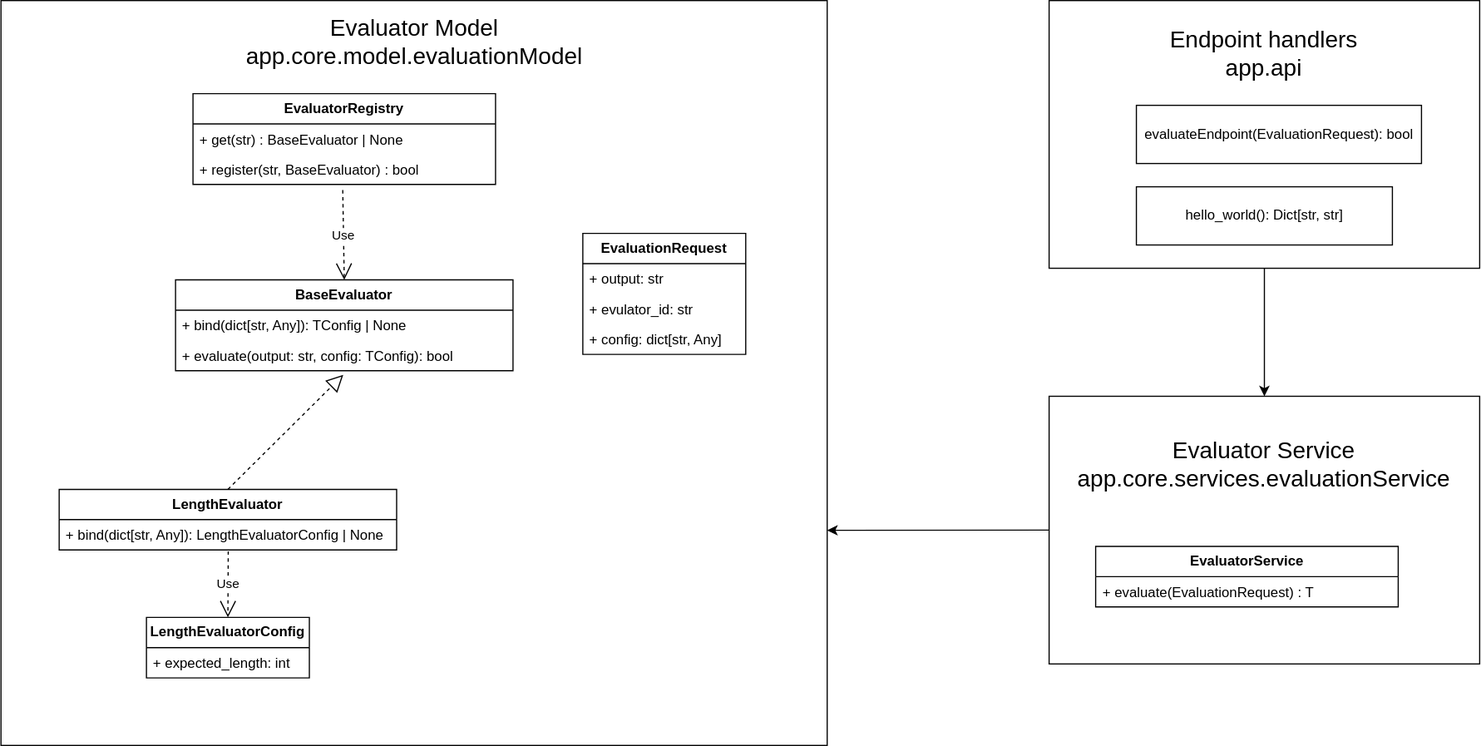
Above: docs/diagrams/component.svg in ITU-AKA-syv-ai/Workflow-evaluation (draw.io), before the change. Source tidied: cells renumbered, new cells last; positions are measured from the earlier drawing's top-left corner, leaving out a move shared by most shapes.
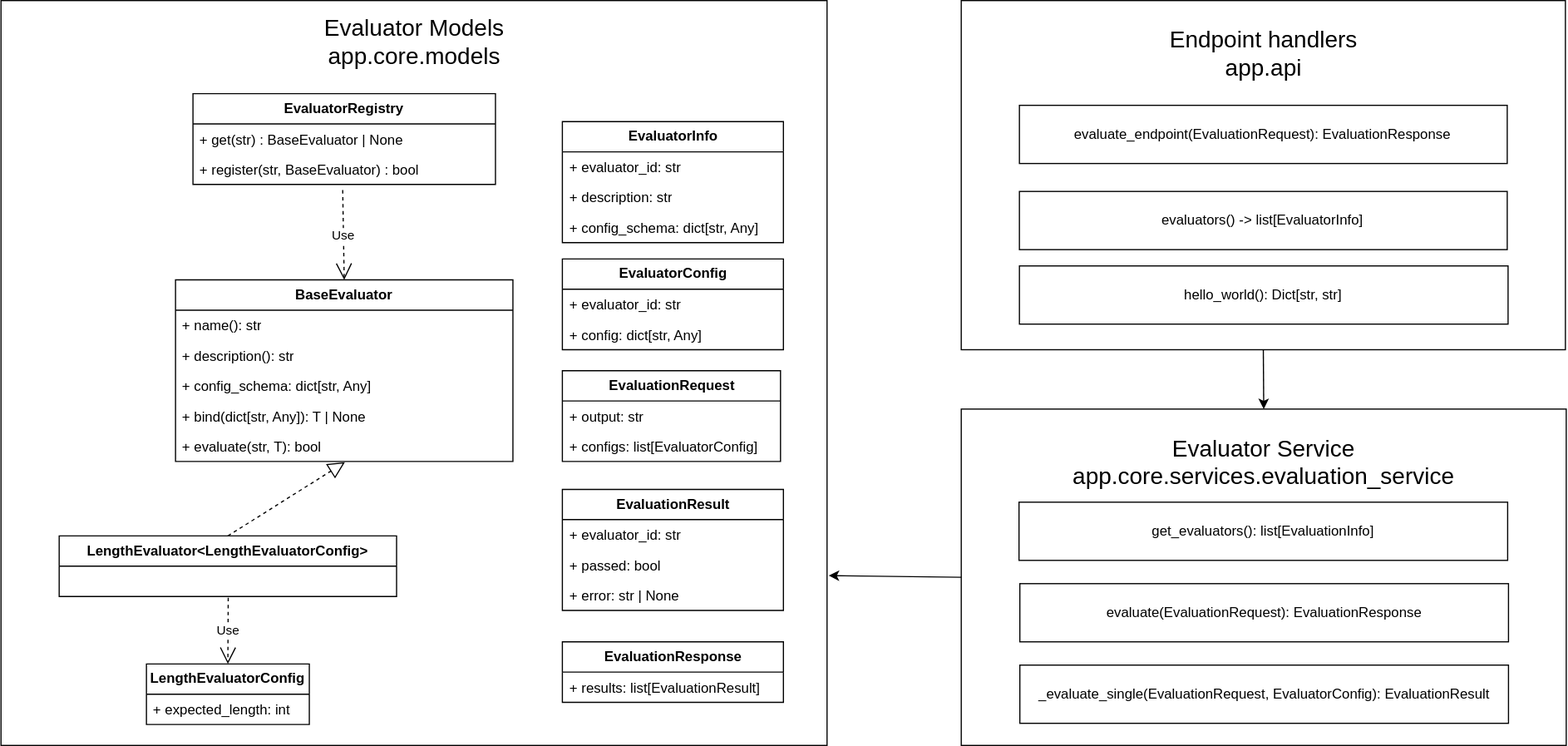
The same file after the commit.

Commit message:
Diagram to reflect new code changes

What changed in the source:
```diff
@@ -6,23 +6,29 @@
       <mxGeometry width="710" height="640" as="geometry" />
     </mxCell>
     <mxCell id="3" value="&lt;b&gt;BaseEvaluator&lt;/b&gt;" style="swimlane;fontStyle=0;horizontal=1;startSize=26;fillColor=none;whiteSpace=wrap;html=1;" parent="1" vertex="1">
-      <mxGeometry x="150" y="240" width="290" height="78" as="geometry" />
+      <mxGeometry x="150" y="240" width="290" height="156" as="geometry" />
     </mxCell>
-    <mxCell id="4" value="+ bind(dict[str, Any]): TConfig | None&lt;div&gt;&lt;br&gt;&lt;/div&gt;" style="text;strokeColor=none;fillColor=none;align=left;verticalAlign=top;spacingLeft=4;spacingRight=4;overflow=hidden;whiteSpace=wrap;html=1;" parent="3" vertex="1">
-      <mxGeometry y="26" width="290" height="26" as="geometry" />
-    </mxCell>
-    <mxCell id="5" value="+ evaluate(output: str, config: TConfig): bool" style="text;strokeColor=none;fillColor=none;align=left;verticalAlign=top;spacingLeft=4;spacingRight=4;overflow=hidden;points=[[0,0.5],[1,0.5]];portConstraint=eastwest;whiteSpace=wrap;html=1;" parent="3" vertex="1">
-      <mxGeometry y="52" width="290" height="26" as="geometry" />
-    </mxCell>
-    <mxCell id="6" value="&lt;b&gt;LengthEvaluator&lt;/b&gt;" style="swimlane;fontStyle=0;horizontal=1;startSize=26;fillColor=none;whiteSpace=wrap;html=1;" parent="1" vertex="1">
-      <mxGeometry x="50" y="420" width="290" height="52" as="geometry" />
-    </mxCell>
-    <mxCell id="7" value="&lt;div&gt;+ bind(dict[str, Any]): LengthEvaluatorConfig | None&lt;/div&gt;" style="text;strokeColor=none;fillColor=none;align=left;verticalAlign=top;spacingLeft=4;spacingRight=4;overflow=hidden;points=[[0,0.5],[1,0.5]];portConstraint=eastwest;whiteSpace=wrap;html=1;" parent="6" vertex="1">
-      <mxGeometry y="26" width="290" height="26" as="geometry" />
-    </mxCell>
-    <mxCell id="8" style="endArrow=block;dashed=1;endFill=0;endSize=12;html=1;rounded=0;entryX=0.497;entryY=1.138;entryDx=0;entryDy=0;entryPerimeter=0;exitX=0.5;exitY=0;exitDx=0;exitDy=0;" parent="1" edge="1" source="6" target="5">
-      <mxGeometry relative="1" as="geometry" />
-    </mxCell>
+    <mxCell id="31" value="&lt;div&gt;+ name(): str&lt;/div&gt;" style="text;strokeColor=none;fillColor=none;align=left;verticalAlign=top;spacingLeft=4;spacingRight=4;overflow=hidden;whiteSpace=wrap;html=1;" parent="3" vertex="1">
+      <mxGeometry y="26" width="290" height="26" as="geometry" />
+    </mxCell>
+    <mxCell id="32" value="+ description(): str" style="text;strokeColor=none;fillColor=none;align=left;verticalAlign=top;spacingLeft=4;spacingRight=4;overflow=hidden;whiteSpace=wrap;html=1;" parent="3" vertex="1">
+      <mxGeometry y="52" width="290" height="26" as="geometry" />
+    </mxCell>
+    <mxCell id="33" value="+ config_schema: dict[str, Any]" style="text;strokeColor=none;fillColor=none;align=left;verticalAlign=top;spacingLeft=4;spacingRight=4;overflow=hidden;whiteSpace=wrap;html=1;" parent="3" vertex="1">
+      <mxGeometry y="78" width="290" height="26" as="geometry" />
+    </mxCell>
+    <mxCell id="34" value="+ bind(dict[str, Any]): T | None" style="text;strokeColor=none;fillColor=none;align=left;verticalAlign=top;spacingLeft=4;spacingRight=4;overflow=hidden;whiteSpace=wrap;html=1;" parent="3" vertex="1">
+      <mxGeometry y="104" width="290" height="26" as="geometry" />
+    </mxCell>
+    <mxCell id="35" value="+ evaluate(str, T): bool" style="text;strokeColor=none;fillColor=none;align=left;verticalAlign=top;spacingLeft=4;spacingRight=4;overflow=hidden;points=[[0,0.5],[1,0.5]];portConstraint=eastwest;whiteSpace=wrap;html=1;" parent="3" vertex="1">
+      <mxGeometry y="130" width="290" height="26" as="geometry" />
+    </mxCell>
+    <mxCell id="36" value="&lt;b&gt;LengthEvaluator&amp;lt;LengthEvaluatorConfig&amp;gt;&lt;/b&gt;" style="swimlane;fontStyle=0;horizontal=1;startSize=26;fillColor=none;whiteSpace=wrap;html=1;" parent="1" vertex="1">
+      <mxGeometry x="50" y="460" width="290" height="52" as="geometry" />
+    </mxCell>
+    <mxCell id="37" style="endArrow=block;dashed=1;endFill=0;endSize=12;html=1;rounded=0;exitX=0.5;exitY=0;exitDx=0;exitDy=0;entryX=0.502;entryY=1.026;entryDx=0;entryDy=0;entryPerimeter=0;" parent="1" edge="1" source="36" target="35">
+      <mxGeometry relative="1" as="geometry" />
+    </mxCell>
     <mxCell id="9" value="&lt;b&gt;EvaluatorRegistry&lt;/b&gt;" style="swimlane;fontStyle=0;horizontal=1;startSize=26;fillColor=none;whiteSpace=wrap;html=1;" parent="1" vertex="1">
       <mxGeometry x="165" y="80" width="260" height="78" as="geometry" />
     </mxCell>
@@ -36,60 +42,102 @@
       <mxGeometry relative="1" as="geometry" />
     </mxCell>
     <mxCell id="13" value="&lt;b&gt;EvaluationRequest&lt;/b&gt;" style="swimlane;fontStyle=0;horizontal=1;startSize=26;fillColor=none;whiteSpace=wrap;html=1;" parent="1" vertex="1">
-      <mxGeometry x="500" y="200" width="140" height="104" as="geometry" />
+      <mxGeometry x="482.5" y="318" width="187.5" height="78" as="geometry" />
     </mxCell>
     <mxCell id="14" value="+ output: str" style="text;strokeColor=none;fillColor=none;align=left;verticalAlign=top;spacingLeft=4;spacingRight=4;overflow=hidden;whiteSpace=wrap;html=1;" parent="13" vertex="1">
-      <mxGeometry y="26" width="140" height="26" as="geometry" />
+      <mxGeometry y="26" width="187.5" height="26" as="geometry" />
     </mxCell>
-    <mxCell id="15" value="+ evulator_id: str" style="text;strokeColor=none;fillColor=none;align=left;verticalAlign=top;spacingLeft=4;spacingRight=4;overflow=hidden;whiteSpace=wrap;html=1;" parent="13" vertex="1">
-      <mxGeometry y="52" width="140" height="26" as="geometry" />
-    </mxCell>
-    <mxCell id="16" value="+ config: dict[str, Any]" style="text;strokeColor=none;fillColor=none;align=left;verticalAlign=top;spacingLeft=4;spacingRight=4;overflow=hidden;whiteSpace=wrap;html=1;" parent="13" vertex="1">
-      <mxGeometry y="78" width="140" height="26" as="geometry" />
-    </mxCell>
-    <mxCell id="17" value="&lt;font style=&quot;font-size: 20px;&quot;&gt;Evaluator Model app.core.model.evaluationModel&lt;/font&gt;" style="text;html=1;whiteSpace=wrap;strokeColor=none;fillColor=none;align=center;verticalAlign=middle;rounded=0;" parent="1" vertex="1">
-      <mxGeometry x="227.5" y="20" width="255" height="30" as="geometry" />
-    </mxCell>
-    <mxCell id="18" style="rounded=0;whiteSpace=wrap;html=1;fillColor=none;" parent="1" vertex="1">
-      <mxGeometry x="900.7" y="340" width="370" height="230" as="geometry" />
-    </mxCell>
-    <mxCell id="19" value="&lt;b&gt;EvaluatorService&lt;/b&gt;" style="swimlane;fontStyle=0;horizontal=1;startSize=26;fillColor=none;whiteSpace=wrap;html=1;" parent="1" vertex="1">
-      <mxGeometry x="940.7" y="469" width="260" height="52" as="geometry" />
-    </mxCell>
-    <mxCell id="20" value="+ evaluate(EvaluationRequest) : T" style="text;strokeColor=none;fillColor=none;align=left;verticalAlign=top;spacingLeft=4;spacingRight=4;overflow=hidden;whiteSpace=wrap;html=1;" parent="19" vertex="1">
-      <mxGeometry y="26" width="260" height="26" as="geometry" />
-    </mxCell>
-    <mxCell id="21" value="&lt;font style=&quot;font-size: 20px;&quot;&gt;Evaluator Service app.core.services.evaluationService&lt;/font&gt;" style="text;html=1;whiteSpace=wrap;strokeColor=none;fillColor=none;align=center;verticalAlign=middle;rounded=0;" parent="1" vertex="1">
-      <mxGeometry x="958.2" y="383" width="255" height="30" as="geometry" />
-    </mxCell>
-    <mxCell id="22" style="endArrow=classic;html=1;rounded=0;entryX=0.999;entryY=0.394;entryDx=0;entryDy=0;exitX=0;exitY=0.5;exitDx=0;exitDy=0;entryPerimeter=0;" parent="1" edge="1" source="18">
-      <mxGeometry relative="1" as="geometry">
-        <mxPoint x="710" y="455.2" as="targetPoint" />
-      </mxGeometry>
-    </mxCell>
-    <mxCell id="23" style="rounded=0;whiteSpace=wrap;html=1;fillColor=none;" parent="1" vertex="1">
-      <mxGeometry x="900.7" width="370" height="230" as="geometry" />
-    </mxCell>
+    <mxCell id="38" value="+ configs: list[EvaluatorConfig]" style="text;strokeColor=none;fillColor=none;align=left;verticalAlign=top;spacingLeft=4;spacingRight=4;overflow=hidden;whiteSpace=wrap;html=1;" parent="13" vertex="1">
+      <mxGeometry y="52" width="187.5" height="26" as="geometry" />
+    </mxCell>
+    <mxCell id="39" value="&lt;font style=&quot;font-size: 20px;&quot;&gt;Evaluator Models app.core.models&lt;/font&gt;" style="text;html=1;whiteSpace=wrap;strokeColor=none;fillColor=none;align=center;verticalAlign=middle;rounded=0;" parent="1" vertex="1">
+      <mxGeometry x="227.5" y="20" width="255" height="30" as="geometry" />
+    </mxCell>
+    <mxCell id="40" style="rounded=0;whiteSpace=wrap;html=1;fillColor=none;" parent="1" vertex="1">
+      <mxGeometry x="825.4" y="351" width="520" height="289" as="geometry" />
+    </mxCell>
+    <mxCell id="41" value="&lt;font style=&quot;font-size: 20px;&quot;&gt;Evaluator Service app.core.services.evaluation_service&lt;/font&gt;" style="text;html=1;whiteSpace=wrap;strokeColor=none;fillColor=none;align=center;verticalAlign=middle;rounded=0;" parent="1" vertex="1">
+      <mxGeometry x="958.2" y="381" width="255" height="30" as="geometry" />
+    </mxCell>
+    <mxCell id="42" style="endArrow=classic;html=1;rounded=0;entryX=1.002;entryY=0.772;entryDx=0;entryDy=0;exitX=0;exitY=0.5;exitDx=0;exitDy=0;entryPerimeter=0;" parent="1" edge="1" source="40" target="2">
+      <mxGeometry relative="1" as="geometry" />
+    </mxCell>
+    <mxCell id="43" style="rounded=0;whiteSpace=wrap;html=1;fillColor=none;" parent="1" vertex="1">
+      <mxGeometry x="825.3" width="519.3" height="300" as="geometry" />
+    </mxCell>
     <mxCell id="24" value="&lt;span style=&quot;font-size: 20px;&quot;&gt;Endpoint handlers&lt;/span&gt;&lt;div&gt;&lt;span style=&quot;font-size: 20px;&quot;&gt;app.api&lt;/span&gt;&lt;/div&gt;" style="text;html=1;whiteSpace=wrap;strokeColor=none;fillColor=none;align=center;verticalAlign=middle;rounded=0;" parent="1" vertex="1">
-      <mxGeometry x="958.2" y="30" width="255" height="30" as="geometry" />
+      <mxGeometry x="957.5" y="30" width="255" height="30" as="geometry" />
     </mxCell>
-    <mxCell id="25" value="evaluateEndpoint(EvaluationRequest): bool" style="html=1;whiteSpace=wrap;fillColor=none;" parent="1" vertex="1">
-      <mxGeometry x="975.7" y="90" width="245" height="50" as="geometry" />
-    </mxCell>
+    <mxCell id="44" value="evaluate_endpoint(EvaluationRequest): EvaluationResponse" style="html=1;whiteSpace=wrap;fillColor=none;" parent="1" vertex="1">
+      <mxGeometry x="875.3" y="90" width="419.3" height="50" as="geometry" />
+    </mxCell>
     <mxCell id="26" value="hello_world(): Dict[str, str]" style="html=1;whiteSpace=wrap;fillColor=none;" parent="1" vertex="1">
-      <mxGeometry x="975.7" y="160" width="220" height="50" as="geometry" />
+      <mxGeometry x="875.4" y="228" width="420" height="50" as="geometry" />
     </mxCell>
-    <mxCell id="27" style="endArrow=classic;html=1;rounded=0;entryX=0.5;entryY=0;entryDx=0;entryDy=0;exitX=0.5;exitY=1;exitDx=0;exitDy=0;" parent="1" edge="1" source="23" target="18">
-      <mxGeometry relative="1" as="geometry" />
-    </mxCell>
+    <mxCell id="45" style="endArrow=classic;html=1;rounded=0;entryX=0.5;entryY=0;entryDx=0;entryDy=0;exitX=0.5;exitY=1;exitDx=0;exitDy=0;" parent="1" edge="1" source="43" target="40">
+      <mxGeometry relative="1" as="geometry" />
+    </mxCell>
     <mxCell id="28" value="&lt;b&gt;LengthEvaluatorConfig&lt;/b&gt;" style="swimlane;fontStyle=0;horizontal=1;startSize=26;fillColor=none;whiteSpace=wrap;html=1;" parent="1" vertex="1">
-      <mxGeometry x="125" y="530" width="140" height="52" as="geometry" />
+      <mxGeometry x="125" y="570" width="140" height="52" as="geometry" />
     </mxCell>
     <mxCell id="29" value="+ expected_length: int" style="text;strokeColor=none;fillColor=none;align=left;verticalAlign=top;spacingLeft=4;spacingRight=4;overflow=hidden;whiteSpace=wrap;html=1;" parent="28" vertex="1">
       <mxGeometry y="26" width="140" height="26" as="geometry" />
     </mxCell>
-    <mxCell id="30" value="Use" style="endArrow=open;endSize=12;dashed=1;html=1;rounded=0;exitX=0.501;exitY=1.046;exitDx=0;exitDy=0;exitPerimeter=0;entryX=0.5;entryY=0;entryDx=0;entryDy=0;" parent="1" edge="1" source="7" target="28">
-      <mxGeometry relative="1" as="geometry" />
+    <mxCell id="30" value="Use" style="endArrow=open;endSize=12;dashed=1;html=1;rounded=0;exitX=0.501;exitY=1.046;exitDx=0;exitDy=0;exitPerimeter=0;entryX=0.5;entryY=0;entryDx=0;entryDy=0;" parent="1" edge="1" target="28">
+      <mxGeometry relative="1" as="geometry">
+        <mxPoint x="195.3" y="513.2" as="sourcePoint" />
+      </mxGeometry>
     </mxCell>
+    <mxCell id="46" value="evaluators() -&amp;gt; list[EvaluatorInfo]" style="html=1;whiteSpace=wrap;fillColor=none;" parent="1" vertex="1">
+      <mxGeometry x="875.4" y="164" width="419.3" height="50" as="geometry" />
+    </mxCell>
+    <mxCell id="47" value="get_evaluators(): list[EvaluationInfo]" style="html=1;whiteSpace=wrap;fillColor=none;" parent="1" vertex="1">
+      <mxGeometry x="875" y="431" width="420" height="50" as="geometry" />
+    </mxCell>
+    <mxCell id="48" value="evaluate(EvaluationRequest): EvaluationResponse" style="html=1;whiteSpace=wrap;fillColor=none;" parent="1" vertex="1">
+      <mxGeometry x="875.7" y="501" width="420" height="50" as="geometry" />
+    </mxCell>
+    <mxCell id="49" value="_evaluate_single(EvaluationRequest, EvaluatorConfig): EvaluationResult" style="html=1;whiteSpace=wrap;fillColor=none;" parent="1" vertex="1">
+      <mxGeometry x="875.7" y="571" width="420" height="50" as="geometry" />
+    </mxCell>
+    <mxCell id="50" value="&lt;b&gt;EvaluatorInfo&lt;/b&gt;" style="swimlane;fontStyle=0;horizontal=1;startSize=26;fillColor=none;whiteSpace=wrap;html=1;" parent="1" vertex="1">
+      <mxGeometry x="482.5" y="104" width="190" height="104" as="geometry" />
+    </mxCell>
+    <mxCell id="51" value="+ evaluator_id: str" style="text;strokeColor=none;fillColor=none;align=left;verticalAlign=top;spacingLeft=4;spacingRight=4;overflow=hidden;whiteSpace=wrap;html=1;" parent="50" vertex="1">
+      <mxGeometry y="26" width="190" height="26" as="geometry" />
+    </mxCell>
+    <mxCell id="52" value="+ description: str" style="text;strokeColor=none;fillColor=none;align=left;verticalAlign=top;spacingLeft=4;spacingRight=4;overflow=hidden;whiteSpace=wrap;html=1;" parent="50" vertex="1">
+      <mxGeometry y="52" width="190" height="26" as="geometry" />
+    </mxCell>
+    <mxCell id="53" value="+ config_schema: dict[str, Any]" style="text;strokeColor=none;fillColor=none;align=left;verticalAlign=top;spacingLeft=4;spacingRight=4;overflow=hidden;whiteSpace=wrap;html=1;" parent="50" vertex="1">
+      <mxGeometry y="78" width="190" height="26" as="geometry" />
+    </mxCell>
+    <mxCell id="54" value="&lt;b&gt;EvaluatorConfig&lt;/b&gt;" style="swimlane;fontStyle=0;horizontal=1;startSize=26;fillColor=none;whiteSpace=wrap;html=1;" parent="1" vertex="1">
+      <mxGeometry x="482.5" y="222" width="190" height="78" as="geometry" />
+    </mxCell>
+    <mxCell id="55" value="+ evaluator_id: str" style="text;strokeColor=none;fillColor=none;align=left;verticalAlign=top;spacingLeft=4;spacingRight=4;overflow=hidden;whiteSpace=wrap;html=1;" parent="54" vertex="1">
+      <mxGeometry y="26" width="190" height="26" as="geometry" />
+    </mxCell>
+    <mxCell id="16" value="+ config: dict[str, Any]" style="text;strokeColor=none;fillColor=none;align=left;verticalAlign=top;spacingLeft=4;spacingRight=4;overflow=hidden;whiteSpace=wrap;html=1;" parent="54" vertex="1">
+      <mxGeometry y="52" width="190" height="26" as="geometry" />
+    </mxCell>
+    <mxCell id="56" value="&lt;b&gt;EvaluationResult&lt;/b&gt;" style="swimlane;fontStyle=0;horizontal=1;startSize=26;fillColor=none;whiteSpace=wrap;html=1;" parent="1" vertex="1">
+      <mxGeometry x="482.5" y="420" width="190" height="104" as="geometry" />
+    </mxCell>
+    <mxCell id="57" value="+ evaluator_id: str" style="text;strokeColor=none;fillColor=none;align=left;verticalAlign=top;spacingLeft=4;spacingRight=4;overflow=hidden;whiteSpace=wrap;html=1;" parent="56" vertex="1">
+      <mxGeometry y="26" width="190" height="26" as="geometry" />
+    </mxCell>
+    <mxCell id="58" value="+ passed: bool" style="text;strokeColor=none;fillColor=none;align=left;verticalAlign=top;spacingLeft=4;spacingRight=4;overflow=hidden;whiteSpace=wrap;html=1;" parent="56" vertex="1">
+      <mxGeometry y="52" width="190" height="26" as="geometry" />
+    </mxCell>
+    <mxCell id="59" value="+ error: str | None" style="text;strokeColor=none;fillColor=none;align=left;verticalAlign=top;spacingLeft=4;spacingRight=4;overflow=hidden;whiteSpace=wrap;html=1;" parent="56" vertex="1">
+      <mxGeometry y="78" width="190" height="26" as="geometry" />
+    </mxCell>
+    <mxCell id="60" value="&lt;b&gt;EvaluationResponse&lt;/b&gt;" style="swimlane;fontStyle=0;horizontal=1;startSize=26;fillColor=none;whiteSpace=wrap;html=1;" parent="1" vertex="1">
+      <mxGeometry x="482.5" y="551" width="190" height="52" as="geometry" />
+    </mxCell>
+    <mxCell id="61" value="+ results: list[EvaluationResult]" style="text;strokeColor=none;fillColor=none;align=left;verticalAlign=top;spacingLeft=4;spacingRight=4;overflow=hidden;whiteSpace=wrap;html=1;" parent="60" vertex="1">
+      <mxGeometry y="26" width="190" height="26" as="geometry" />
+    </mxCell>
   </root>
 </mxGraphModel>
```
